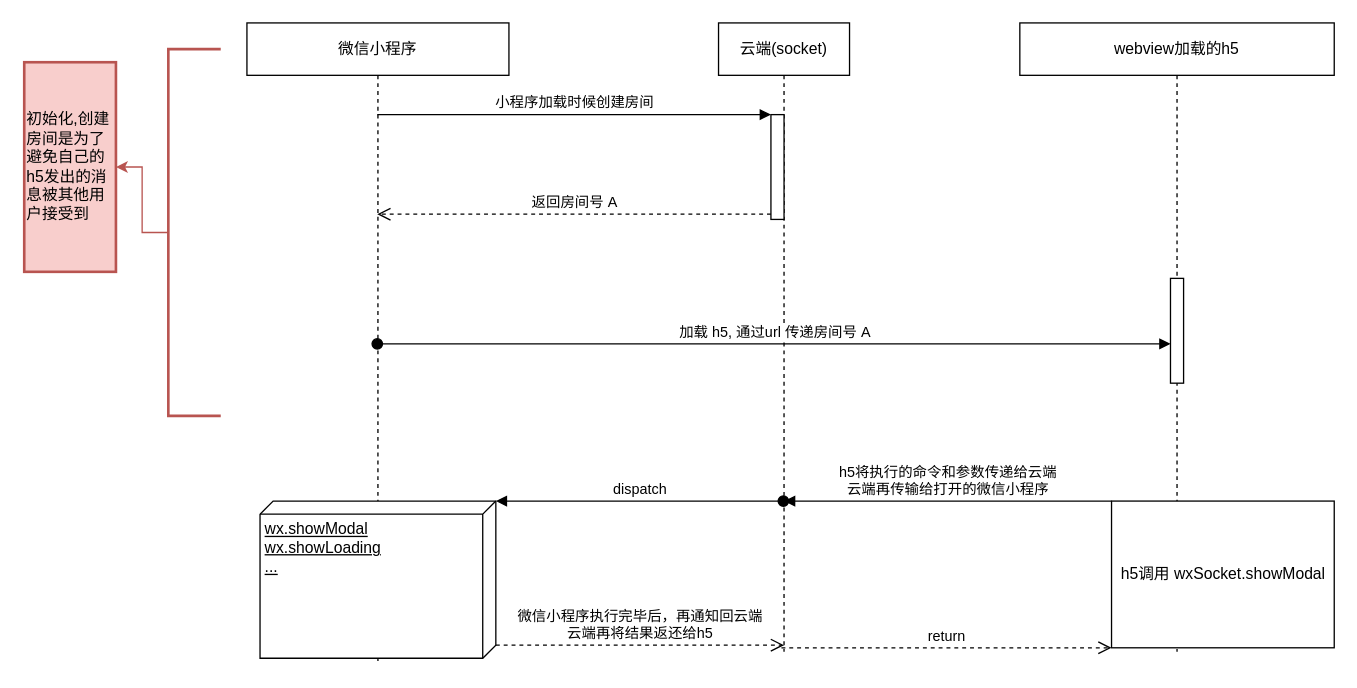
clevok/static keeps this draw.io diagram as page "小程序-h5通讯架构设计" (4 of 4) of Untitled Diagram.drawio. Above is the earlier version. Source tidied: cells renumbered, new cells numbered last; positions are measured from the earlier drawing's top-left corner, leaving out a move shared by most shapes. Both pictures are drawn from the tidied source at 131%, with x=0, y=0 at pixel (24, 22).
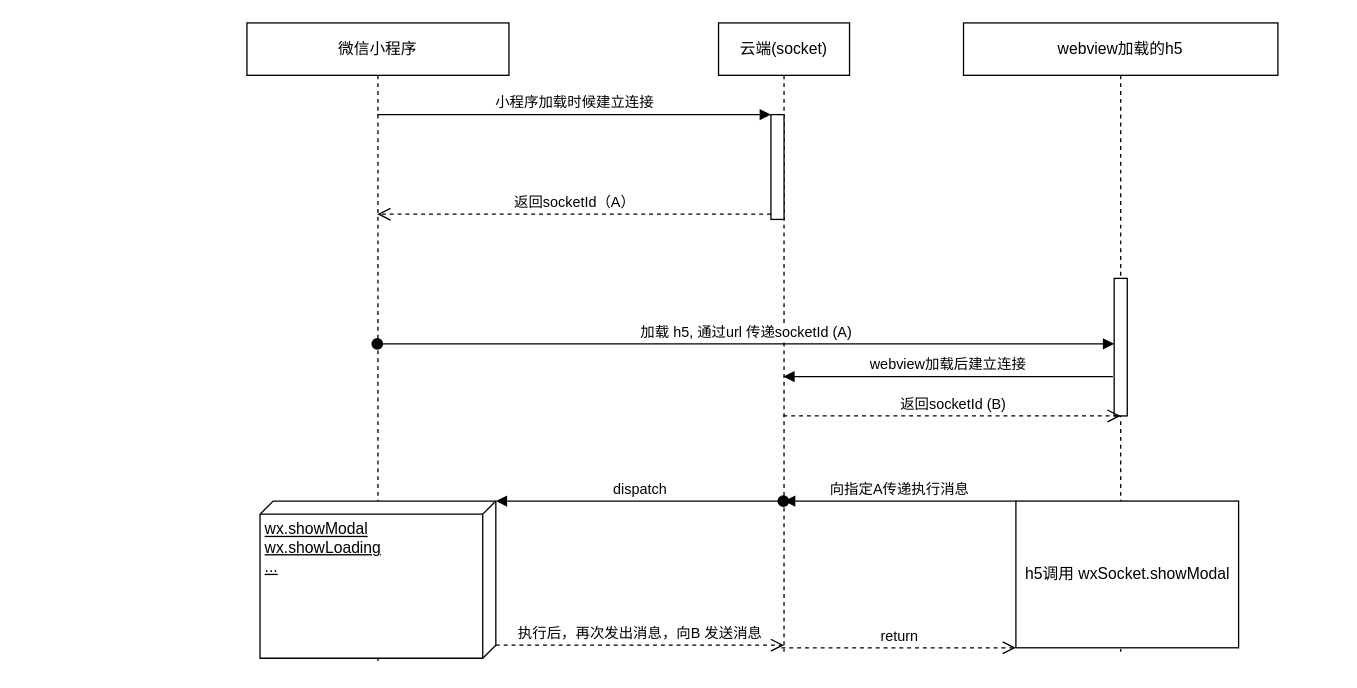
The same page after the edit.

Unchanged cells that the change refers to:
```xml
<mxCell id="5" value="微信小程序" style="shape=umlLifeline;perimeter=lifelinePerimeter;whiteSpace=wrap;html=1;outlineConnect=0;" parent="1" vertex="1">
  <mxGeometry x="170" width="200" height="490" as="geometry" />
</mxCell>
<mxCell id="6" value="wx.showModal&lt;br&gt;wx.showLoading&lt;br&gt;..." style="verticalAlign=top;align=left;spacingTop=8;spacingLeft=2;spacingRight=12;shape=cube;size=10;direction=south;fontStyle=4;html=1;" parent="5" vertex="1">
  <mxGeometry x="10" y="365" width="180" height="120" as="geometry" />
</mxCell>
<mxCell id="7" value="云端(socket)" style="shape=umlLifeline;perimeter=lifelinePerimeter;whiteSpace=wrap;html=1;outlineConnect=0;" parent="1" vertex="1">
  <mxGeometry x="530" width="100" height="480" as="geometry" />
</mxCell>
<mxCell id="8" style="html=1;points=[];perimeter=orthogonalPerimeter;" parent="7" vertex="1">
  <mxGeometry x="40" y="70" width="10" height="80" as="geometry" />
</mxCell>
```

The edit, as a diff of the source:
```diff
@@
     <mxCell id="2" value="webview加载的h5" style="shape=umlLifeline;perimeter=lifelinePerimeter;whiteSpace=wrap;html=1;" parent="1" vertex="1">
-      <mxGeometry x="760" width="240" height="480" as="geometry" />
+      <mxGeometry x="717" width="240" height="480" as="geometry" />
     </mxCell>
     <mxCell id="3" style="html=1;points=[];perimeter=orthogonalPerimeter;" parent="2" vertex="1">
-      <mxGeometry x="115" y="195" width="10" height="80" as="geometry" />
+      <mxGeometry x="115" y="195" width="10" height="105" as="geometry" />
     </mxCell>
     <mxCell id="4" value="&lt;span&gt;h5调用 wxSocket.showModal&lt;/span&gt;" style="html=1;" parent="2" vertex="1">
-      <mxGeometry x="70" y="365" width="170" height="112" as="geometry" />
+      <mxGeometry x="40" y="365" width="170" height="112" as="geometry" />
     </mxCell>
@@
-    <mxCell id="9" value="小程序加载时候创建房间" style="html=1;verticalAlign=bottom;endArrow=block;entryX=0;entryY=0;rounded=0;" parent="1" edge="1" source="5" target="8">
+    <mxCell id="9" value="小程序加载时候建立连接" style="html=1;verticalAlign=bottom;endArrow=block;entryX=0;entryY=0;rounded=0;" parent="1" edge="1" source="5" target="8">
       <mxGeometry relative="1" as="geometry" />
     </mxCell>
-    <mxCell id="10" value="返回房间号 A" style="html=1;verticalAlign=bottom;endArrow=open;dashed=1;endSize=8;exitX=0;exitY=0.95;rounded=0;" parent="1" edge="1" source="8" target="5">
+    <mxCell id="10" value="返回socketId（A）" style="html=1;verticalAlign=bottom;endArrow=open;dashed=1;endSize=8;exitX=0;exitY=0.95;rounded=0;" parent="1" edge="1" source="8" target="5">
       <mxGeometry relative="1" as="geometry" />
     </mxCell>
-    <mxCell id="11" value="加载 h5, 通过url 传递房间号 A" style="html=1;verticalAlign=bottom;startArrow=oval;endArrow=block;startSize=8;rounded=0;" parent="1" edge="1" source="5" target="3">
+    <mxCell id="11" value="加载 h5, 通过url 传递socketId (A)" style="html=1;verticalAlign=bottom;startArrow=oval;endArrow=block;startSize=8;rounded=0;" parent="1" edge="1" source="5" target="3">
       <mxGeometry relative="1" as="geometry" />
     </mxCell>
-    <mxCell id="12" value="h5将执行的命令和参数传递给云端&lt;br&gt;云端再传输给打开的微信小程序" style="html=1;verticalAlign=bottom;endArrow=block;rounded=0;exitX=0;exitY=0;exitDx=0;exitDy=0;" parent="1" edge="1" source="4">
+    <mxCell id="12" value="向指定A传递执行消息" style="html=1;verticalAlign=bottom;endArrow=block;rounded=0;exitX=0;exitY=0;exitDx=0;exitDy=0;" parent="1" edge="1" source="4">
       <mxGeometry relative="1" as="geometry">
         <mxPoint x="580" y="365" as="targetPoint" />
       </mxGeometry>
     </mxCell>
-    <mxCell id="13" value="微信小程序执行完毕后，再通知回云端&lt;br&gt;云端再将结果返还给h5" style="html=1;verticalAlign=bottom;endArrow=open;dashed=1;endSize=8;rounded=0;exitX=0;exitY=0;exitDx=110;exitDy=0;exitPerimeter=0;" parent="1" edge="1" source="6">
+    <mxCell id="13" value="执行后，再次发出消息，向B 发送消息" style="html=1;verticalAlign=bottom;endArrow=open;dashed=1;endSize=8;rounded=0;exitX=0;exitY=0;exitDx=110;exitDy=0;exitPerimeter=0;" parent="1" edge="1" source="6">
       <mxGeometry relative="1" as="geometry">
         <mxPoint x="580" y="475" as="targetPoint" />
       </mxGeometry>
     </mxCell>
-    <mxCell id="14" style="edgeStyle=orthogonalEdgeStyle;rounded=0;jettySize=auto;html=1;fillColor=#f8cecc;strokeColor=#b85450;" parent="1" edge="1" source="15" target="16">
-      <mxGeometry relative="1" as="geometry" />
-    </mxCell>
-    <mxCell id="15" style="strokeWidth=2;html=1;shape=mxgraph.flowchart.annotation_1;align=left;fillColor=#f8cecc;strokeColor=#b85450;" parent="1" vertex="1">
-      <mxGeometry x="110" y="20" width="40" height="280" as="geometry" />
-    </mxCell>
-    <mxCell id="16" value="初始化,创建房间是为了避免自己的h5发出的消息被其他用户接受到" style="whiteSpace=wrap;html=1;align=left;strokeWidth=2;fillColor=#f8cecc;strokeColor=#b85450;" parent="1" vertex="1">
-      <mxGeometry y="30" width="70" height="160" as="geometry" />
-    </mxCell>
@@
+    <mxCell id="19" value="webview加载后建立连接" style="html=1;verticalAlign=bottom;endArrow=block;rounded=0;exitX=-0.1;exitY=0.714;exitDx=0;exitDy=0;exitPerimeter=0;" parent="1" edge="1" source="3" target="7">
+      <mxGeometry relative="1" as="geometry" />
+    </mxCell>
+    <mxCell id="20" value="返回socketId (B)" style="html=1;verticalAlign=bottom;endArrow=open;dashed=1;endSize=8;rounded=0;entryX=0.5;entryY=1;entryDx=0;entryDy=0;entryPerimeter=0;" parent="1" edge="1" source="7" target="3">
+      <mxGeometry relative="1" as="geometry" />
+    </mxCell>
```
